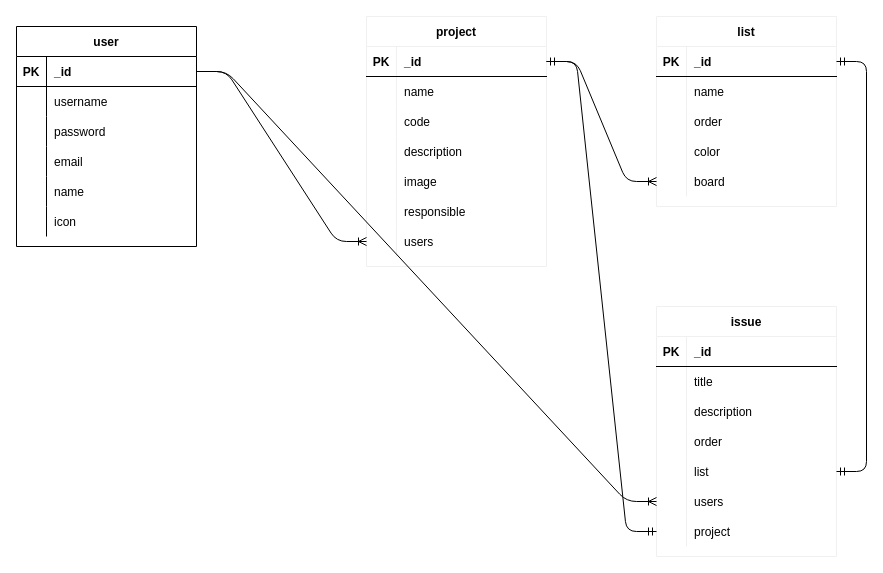
The draw.io diagram backend/database.drawio in Victin09/vira-project-manager, before the edit. Source tidied: cells renumbered, new cells numbered last; positions are measured from the earlier drawing's top-left corner, leaving out a move shared by most shapes. Both pictures are drawn from the tidied source at 100%, with x=0, y=0 at pixel (16, 16).
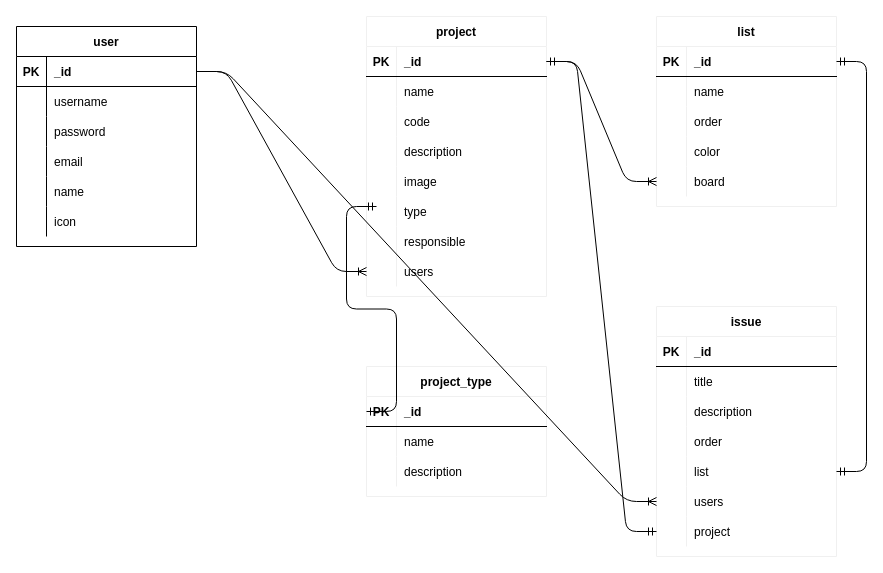
The same page after the edit.

Unchanged cells that the change refers to:
```xml
<mxCell id="3" style="shape=partialRectangle;fillColor=none;top=0;left=0;bottom=1;right=0;points=[[0,0.5],[1,0.5]];portConstraint=eastwest;" parent="2" vertex="1">
  <mxGeometry y="30" width="180" height="30" as="geometry" />
</mxCell>
<mxCell id="22" style="shape=partialRectangle;fillColor=none;top=0;left=0;bottom=1;right=0;points=[[0,0.5],[1,0.5]];portConstraint=eastwest;" parent="21" vertex="1">
  <mxGeometry y="30" width="180" height="30" as="geometry" />
</mxCell>
<mxCell id="77" style="shape=partialRectangle;fillColor=none;top=0;left=0;bottom=0;right=0;points=[[0,0.5],[1,0.5]];portConstraint=eastwest;" parent="61" vertex="1">
  <mxGeometry y="180" width="180" height="30" as="geometry" />
</mxCell>
<mxCell id="80" style="shape=partialRectangle;fillColor=none;top=0;left=0;bottom=0;right=0;points=[[0,0.5],[1,0.5]];portConstraint=eastwest;" parent="61" vertex="1">
  <mxGeometry y="210" width="180" height="30" as="geometry" />
</mxCell>
```

Diff of the diagram source:
```diff
@@
     <mxCell id="21" value="project" style="shape=table;startSize=30;childLayout=tableLayout;rowLines=0;fontStyle=1;align=center;strokeColor=#f0f0f0;" parent="1" vertex="1">
-      <mxGeometry x="350" width="180" height="250" as="geometry" />
+      <mxGeometry x="350" width="180" height="280" as="geometry" />
     </mxCell>
@@
+    <mxCell id="86" style="shape=partialRectangle;fillColor=none;top=0;left=0;bottom=0;right=0;" parent="21" vertex="1">
+      <mxGeometry y="150" width="180" height="30" as="geometry" />
+    </mxCell>
+    <mxCell id="87" style="shape=partialRectangle;fillColor=none;top=0;left=0;bottom=0;right=0;overflow=hidden;" parent="86" vertex="1">
+      <mxGeometry width="30" height="30" as="geometry" />
+    </mxCell>
+    <mxCell id="88" value="image" style="shape=partialRectangle;fillColor=none;top=0;left=0;bottom=0;right=0;align=left;spacingLeft=6;overflow=hidden;" parent="86" vertex="1">
+      <mxGeometry x="30" width="150" height="30" as="geometry" />
+    </mxCell>
     <mxCell id="34" style="shape=partialRectangle;fillColor=none;top=0;left=0;bottom=0;right=0;" parent="21" vertex="1">
-      <mxGeometry y="150" width="180" height="30" as="geometry" />
+      <mxGeometry y="180" width="180" height="30" as="geometry" />
     </mxCell>
@@
-    <mxCell id="36" value="image" style="shape=partialRectangle;fillColor=none;top=0;left=0;bottom=0;right=0;align=left;spacingLeft=6;overflow=hidden;" parent="34" vertex="1">
+    <mxCell id="36" value="type" style="shape=partialRectangle;fillColor=none;top=0;left=0;bottom=0;right=0;align=left;spacingLeft=6;overflow=hidden;" parent="34" vertex="1">
       <mxGeometry x="30" width="150" height="30" as="geometry" />
     </mxCell>
     <mxCell id="37" style="shape=partialRectangle;fillColor=none;top=0;left=0;bottom=0;right=0;" parent="21" vertex="1">
-      <mxGeometry y="180" width="180" height="30" as="geometry" />
+      <mxGeometry y="210" width="180" height="30" as="geometry" />
     </mxCell>
@@
     <mxCell id="40" style="shape=partialRectangle;fillColor=none;top=0;left=0;bottom=0;right=0;points=[[0,0.5],[1,0.5]];portConstraint=eastwest;" parent="21" vertex="1">
-      <mxGeometry y="210" width="180" height="30" as="geometry" />
+      <mxGeometry y="240" width="180" height="30" as="geometry" />
     </mxCell>
@@
+    <mxCell id="85" style="edgeStyle=entityRelationEdgeStyle;fontSize=12;html=1;endArrow=ERmandOne;startArrow=ERmandOne;exitX=1;exitY=0.5;exitDx=0;exitDy=0;entryX=0;entryY=0.5;entryDx=0;entryDy=0;" parent="1" edge="1" source="22" target="80">
+      <mxGeometry relative="1" as="geometry" />
+    </mxCell>
+    <mxCell id="89" value="project_type" style="shape=table;startSize=30;childLayout=tableLayout;rowLines=0;fontStyle=1;align=center;strokeColor=#f0f0f0;" parent="1" vertex="1">
+      <mxGeometry x="350" y="350" width="180" height="130" as="geometry" />
+    </mxCell>
+    <mxCell id="90" style="shape=partialRectangle;fillColor=none;top=0;left=0;bottom=1;right=0;points=[[0,0.5],[1,0.5]];portConstraint=eastwest;" parent="89" vertex="1">
+      <mxGeometry y="30" width="180" height="30" as="geometry" />
+    </mxCell>
+    <mxCell id="91" value="PK" style="shape=partialRectangle;fillColor=none;top=0;left=0;bottom=0;right=0;fontStyle=1;overflow=hidden;" parent="90" vertex="1">
+      <mxGeometry width="30" height="30" as="geometry" />
+    </mxCell>
+    <mxCell id="92" value="_id" style="shape=partialRectangle;fillColor=none;top=0;left=0;bottom=0;right=0;align=left;spacingLeft=6;fontStyle=1;overflow=hidden;" parent="90" vertex="1">
+      <mxGeometry x="30" width="150" height="30" as="geometry" />
+    </mxCell>
+    <mxCell id="93" style="shape=partialRectangle;fillColor=none;top=0;left=0;bottom=0;right=0;" parent="89" vertex="1">
+      <mxGeometry y="60" width="180" height="30" as="geometry" />
+    </mxCell>
+    <mxCell id="94" style="shape=partialRectangle;fillColor=none;top=0;left=0;bottom=0;right=0;overflow=hidden;" parent="93" vertex="1">
+      <mxGeometry width="30" height="30" as="geometry" />
+    </mxCell>
+    <mxCell id="95" value="name" style="shape=partialRectangle;fillColor=none;top=0;left=0;bottom=0;right=0;align=left;spacingLeft=6;overflow=hidden;" parent="93" vertex="1">
+      <mxGeometry x="30" width="150" height="30" as="geometry" />
+    </mxCell>
+    <mxCell id="96" style="shape=partialRectangle;fillColor=none;top=0;left=0;bottom=0;right=0;" parent="89" vertex="1">
+      <mxGeometry y="90" width="180" height="30" as="geometry" />
+    </mxCell>
+    <mxCell id="97" style="shape=partialRectangle;fillColor=none;top=0;left=0;bottom=0;right=0;overflow=hidden;" parent="96" vertex="1">
+      <mxGeometry width="30" height="30" as="geometry" />
+    </mxCell>
+    <mxCell id="98" value="description" style="shape=partialRectangle;fillColor=none;top=0;left=0;bottom=0;right=0;align=left;spacingLeft=6;overflow=hidden;" parent="96" vertex="1">
+      <mxGeometry x="30" width="150" height="30" as="geometry" />
+    </mxCell>
-    <mxCell id="84" style="edgeStyle=entityRelationEdgeStyle;fontSize=12;html=1;endArrow=ERoneToMany;exitX=1;exitY=0.5;exitDx=0;exitDy=0;entryX=0;entryY=0.5;entryDx=0;entryDy=0;" parent="1" edge="1" source="3" target="77">
+    <mxCell id="84" style="edgeStyle=entityRelationEdgeStyle;fontSize=12;html=1;endArrow=ERoneToMany;exitX=1;exitY=0.5;exitDx=0;exitDy=0;jumpStyle=none;entryX=0;entryY=0.5;entryDx=0;entryDy=0;" parent="1" edge="1" source="3" target="77">
       <mxGeometry relative="1" as="geometry" />
     </mxCell>
-    <mxCell id="85" style="edgeStyle=entityRelationEdgeStyle;fontSize=12;html=1;endArrow=ERmandOne;startArrow=ERmandOne;exitX=1;exitY=0.5;exitDx=0;exitDy=0;entryX=0;entryY=0.5;entryDx=0;entryDy=0;" parent="1" edge="1" source="22" target="80">
-      <mxGeometry relative="1" as="geometry" />
-    </mxCell>
+    <mxCell id="99" style="edgeStyle=entityRelationEdgeStyle;fontSize=12;html=1;endArrow=ERmandOne;startArrow=ERmandOne;exitX=0;exitY=0.5;exitDx=0;exitDy=0;" parent="1" edge="1" source="90">
+      <mxGeometry relative="1" as="geometry">
+        <mxPoint x="360" y="190" as="targetPoint" />
+      </mxGeometry>
+    </mxCell>
```
